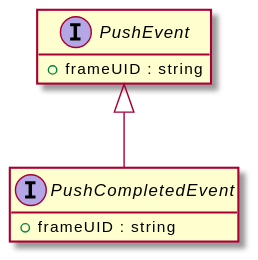
OpenHPS/openhps-core keeps this PlantUML diagram as assets/PushEvent-umlClassDiagram-171.svg. Above is the earlier version.
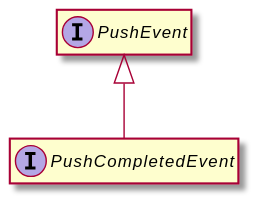
The same diagram one commit later.

Diff of the diagram source:
```diff
@@ -3,10 +3,8 @@
 hide empty methods
 hide empty fields
 interface "PushEvent" {
-    +frameUID : string
 }
 interface "PushCompletedEvent" {
-    +frameUID : string
 }
 "PushEvent" <|-- "PushCompletedEvent"
 @enduml
```
